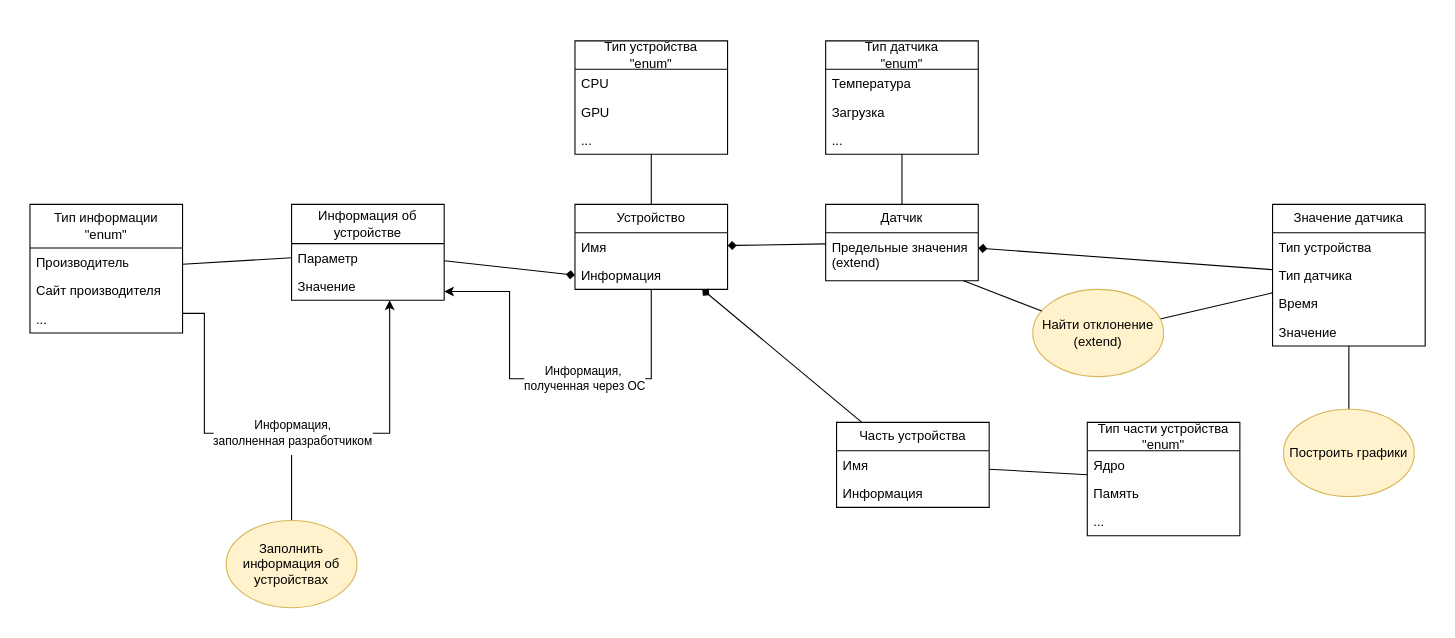
The draw.io diagram Исходники/Диаграмма классов.drawio in Alekcey264/DiplomaVerevkin, before the edit. Source tidied: cells renumbered, new cells numbered last; positions are measured from the earlier drawing's top-left corner, leaving out a move shared by most shapes. Both pictures are drawn from the tidied source at 109%, with x=0, y=0 at pixel (29, 40).
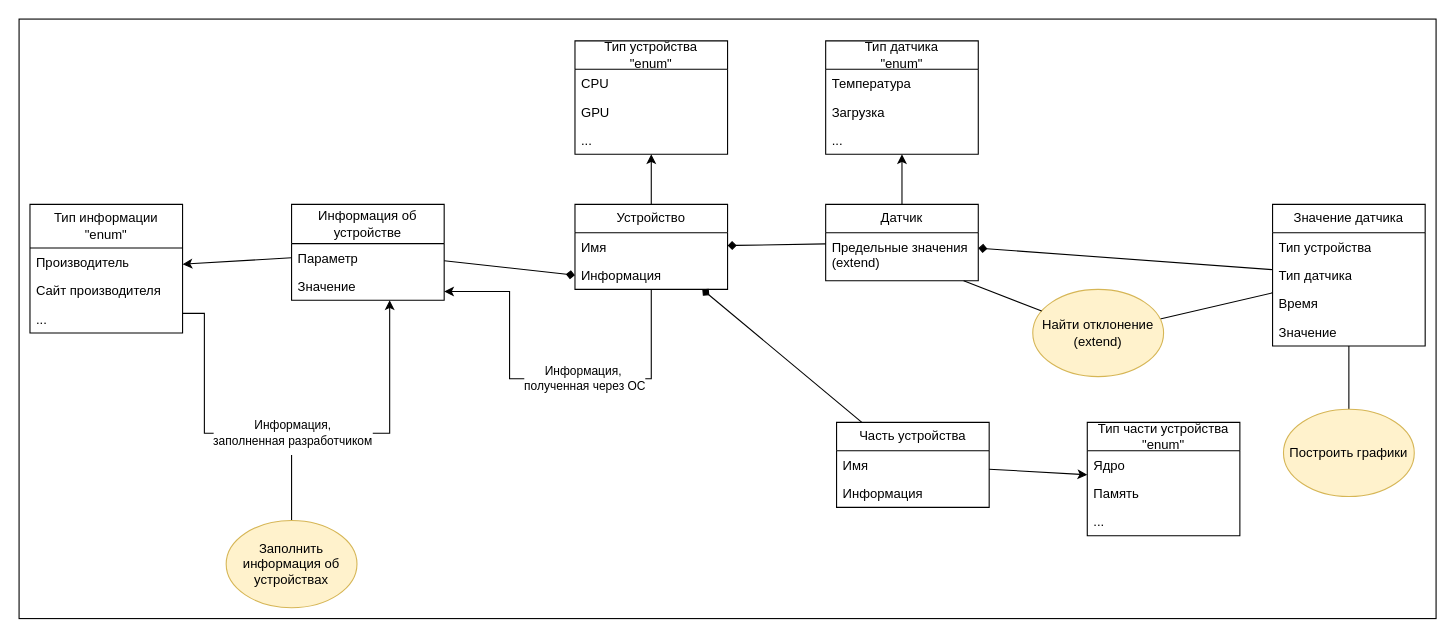
The same diagram, later.

Unchanged cells that the change refers to:
```xml
<mxCell id="4" value="Устройство" style="swimlane;fontStyle=0;horizontal=1;startSize=26;fillColor=none;whiteSpace=wrap;html=1;" parent="1" vertex="1">
  <mxGeometry x="500" y="150" width="140" height="78" as="geometry" />
</mxCell>
<mxCell id="8" value="Параметр" style="text;strokeColor=none;fillColor=none;align=left;verticalAlign=top;spacingLeft=4;spacingRight=4;overflow=hidden;points=[[0,0.5],[1,0.5]];portConstraint=eastwest;whiteSpace=wrap;html=1;" parent="7" vertex="1">
  <mxGeometry y="36" width="140" height="26" as="geometry" />
</mxCell>
<mxCell id="12" value="Тип информации&lt;br&gt;&quot;enum&quot;" style="swimlane;fontStyle=0;horizontal=1;startSize=40;fillColor=none;whiteSpace=wrap;html=1;" parent="1" vertex="1">
  <mxGeometry y="150" width="140" height="118" as="geometry" />
</mxCell>
<mxCell id="17" value="Тип устройства&lt;br&gt;&quot;enum&quot;" style="swimlane;fontStyle=0;horizontal=1;startSize=26;fillColor=none;whiteSpace=wrap;html=1;" parent="1" vertex="1">
  <mxGeometry x="500" width="140" height="104" as="geometry" />
</mxCell>
<mxCell id="23" value="Датчик" style="swimlane;fontStyle=0;horizontal=1;startSize=26;fillColor=none;whiteSpace=wrap;html=1;" parent="1" vertex="1">
  <mxGeometry x="730" y="150" width="140" height="70" as="geometry" />
</mxCell>
<mxCell id="26" value="Тип датчика&lt;br&gt;&quot;enum&quot;" style="swimlane;fontStyle=0;horizontal=1;startSize=26;fillColor=none;whiteSpace=wrap;html=1;" parent="1" vertex="1">
  <mxGeometry x="730" width="140" height="104" as="geometry" />
</mxCell>
<mxCell id="31" value="Имя" style="text;strokeColor=none;fillColor=none;align=left;verticalAlign=top;spacingLeft=4;spacingRight=4;overflow=hidden;points=[[0,0.5],[1,0.5]];portConstraint=eastwest;whiteSpace=wrap;html=1;" parent="30" vertex="1">
  <mxGeometry y="26" width="140" height="26" as="geometry" />
</mxCell>
<mxCell id="33" value="Тип части устройства&lt;br&gt;&quot;enum&quot;" style="swimlane;fontStyle=0;horizontal=1;startSize=26;fillColor=none;whiteSpace=wrap;html=1;" parent="1" vertex="1">
  <mxGeometry x="970" y="350" width="140" height="104" as="geometry" />
</mxCell>
```

Change to the diagram source:
```diff
@@
+    <mxCell id="51" style="rounded=0;whiteSpace=wrap;html=1;" parent="1" vertex="1">
+      <mxGeometry x="-10" y="-20" width="1300" height="550" as="geometry" />
+    </mxCell>
-    <mxCell id="2" style="edgeStyle=orthogonalEdgeStyle;rounded=0;jettySize=auto;html=1;endArrow=none;endFill=0;" parent="1" edge="1" source="4" target="17">
+    <mxCell id="2" style="edgeStyle=orthogonalEdgeStyle;rounded=0;jettySize=auto;html=1;endArrow=classic;endFill=1;" parent="1" edge="1" source="4" target="17">
       <mxGeometry relative="1" as="geometry" />
     </mxCell>
@@
-    <mxCell id="16" style="rounded=0;jettySize=auto;html=1;exitX=0;exitY=0.5;exitDx=0;exitDy=0;endArrow=none;endFill=0;" parent="1" edge="1" source="8" target="12">
+    <mxCell id="16" style="rounded=0;jettySize=auto;html=1;exitX=0;exitY=0.5;exitDx=0;exitDy=0;endArrow=classic;endFill=1;" parent="1" edge="1" source="8" target="12">
       <mxGeometry relative="1" as="geometry" />
     </mxCell>
@@
-    <mxCell id="21" style="edgeStyle=orthogonalEdgeStyle;rounded=0;jettySize=auto;html=1;endArrow=none;endFill=0;" parent="1" edge="1" source="23" target="26">
+    <mxCell id="21" style="edgeStyle=orthogonalEdgeStyle;rounded=0;jettySize=auto;html=1;endArrow=classic;endFill=1;" parent="1" edge="1" source="23" target="26">
       <mxGeometry relative="1" as="geometry" />
     </mxCell>
@@
-    <mxCell id="37" style="rounded=0;jettySize=auto;html=1;endArrow=none;endFill=0;" parent="1" edge="1" source="31" target="33">
+    <mxCell id="37" style="rounded=0;jettySize=auto;html=1;endArrow=classic;endFill=1;" parent="1" edge="1" source="31" target="33">
       <mxGeometry relative="1" as="geometry" />
     </mxCell>
```
